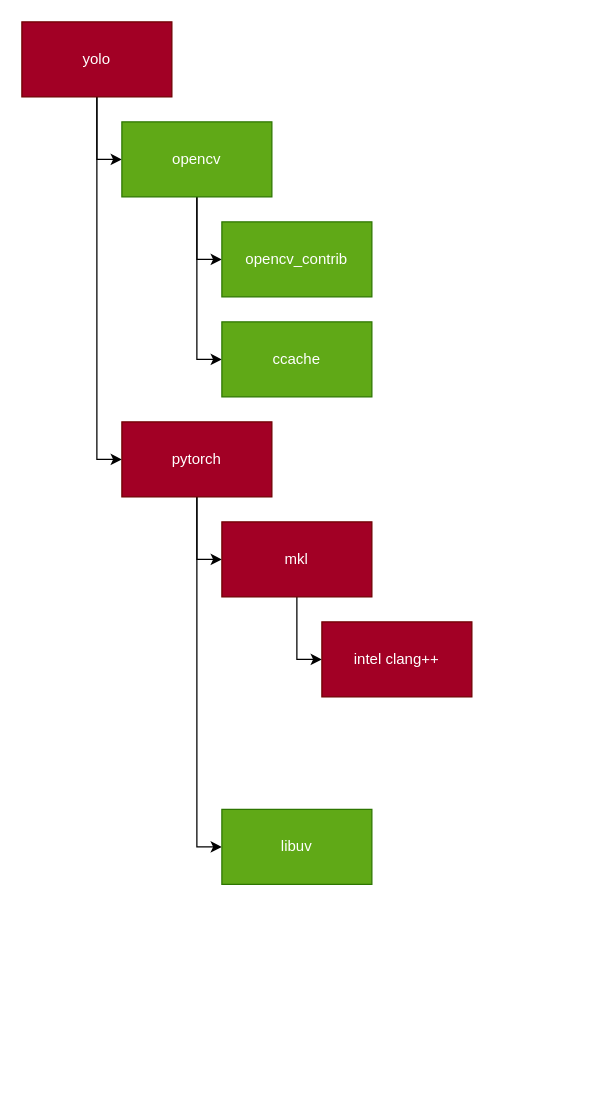
This is Yolo_dependence.drawio from nVietUK/nVietUK, a draw.io file, before an edit. Source tidied: cells renumbered, new cells numbered last; positions are measured from the earlier drawing's top-left corner, leaving out a move shared by most shapes. Both pictures are drawn from the tidied source at 125%, with x=0, y=0 at pixel (21, 21).
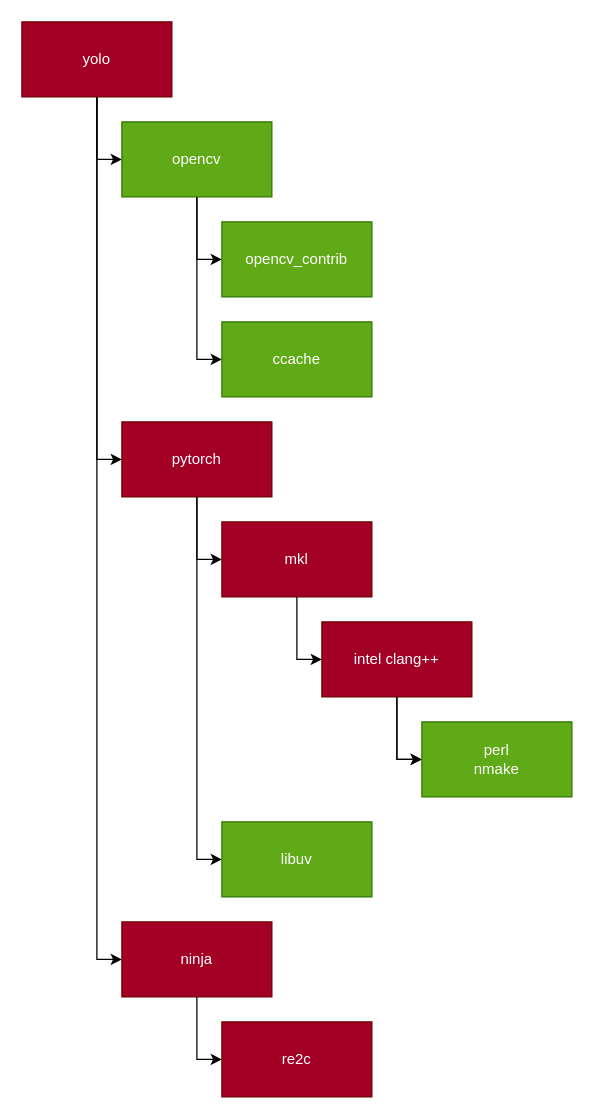
The same page after the edit.

The change refers to these unchanged cells:
```xml
<mxCell id="4" value="yolo&lt;br&gt;" style="rounded=0;whiteSpace=wrap;html=1;fillColor=#a20025;fontColor=#ffffff;strokeColor=#6F0000;" parent="1" vertex="1">
  <mxGeometry width="120" height="60" as="geometry" />
</mxCell>
<mxCell id="16" value="intel clang++&lt;br&gt;" style="rounded=0;whiteSpace=wrap;html=1;fillColor=#a20025;fontColor=#ffffff;strokeColor=#6F0000;" parent="1" vertex="1">
  <mxGeometry x="240" y="480" width="120" height="60" as="geometry" />
</mxCell>
```

Diff of the diagram source:
```diff
@@
+    <mxCell id="17" style="edgeStyle=orthogonalEdgeStyle;rounded=0;html=1;entryX=0;entryY=0.5;entryDx=0;entryDy=0;" parent="1" edge="1" source="4" target="22">
+      <mxGeometry relative="1" as="geometry" />
+    </mxCell>
@@
     <mxCell id="15" value="libuv" style="rounded=0;whiteSpace=wrap;html=1;fillColor=#60a917;fontColor=#ffffff;strokeColor=#2D7600;" parent="1" vertex="1">
-      <mxGeometry x="160" y="630" width="120" height="60" as="geometry" />
+      <mxGeometry x="160" y="640" width="120" height="60" as="geometry" />
     </mxCell>
+    <mxCell id="18" style="edgeStyle=orthogonalEdgeStyle;html=1;entryX=0;entryY=0.5;entryDx=0;entryDy=0;rounded=0;" parent="1" edge="1" source="16" target="20">
+      <mxGeometry relative="1" as="geometry" />
+    </mxCell>
+    <mxCell id="19" style="edgeStyle=orthogonalEdgeStyle;rounded=0;html=1;entryX=0;entryY=0.5;entryDx=0;entryDy=0;" parent="1" edge="1" source="16" target="20">
+      <mxGeometry relative="1" as="geometry" />
+    </mxCell>
@@
+    <mxCell id="20" value="perl&lt;br&gt;nmake&lt;br&gt;" style="rounded=0;whiteSpace=wrap;html=1;fillColor=#60a917;fontColor=#ffffff;strokeColor=#2D7600;" parent="1" vertex="1">
+      <mxGeometry x="320" y="560" width="120" height="60" as="geometry" />
+    </mxCell>
+    <mxCell id="21" style="edgeStyle=orthogonalEdgeStyle;rounded=0;html=1;entryX=0;entryY=0.5;entryDx=0;entryDy=0;" parent="1" edge="1" source="22" target="23">
+      <mxGeometry relative="1" as="geometry" />
+    </mxCell>
+    <mxCell id="22" value="ninja&lt;br&gt;" style="rounded=0;whiteSpace=wrap;html=1;fillColor=#a20025;fontColor=#ffffff;strokeColor=#6F0000;" parent="1" vertex="1">
+      <mxGeometry x="80" y="720" width="120" height="60" as="geometry" />
+    </mxCell>
+    <mxCell id="23" value="re2c&lt;br&gt;" style="whiteSpace=wrap;html=1;fillColor=#a20025;strokeColor=#6F0000;fontColor=#ffffff;rounded=0;" parent="1" vertex="1">
+      <mxGeometry x="160" y="800" width="120" height="60" as="geometry" />
+    </mxCell>
```
